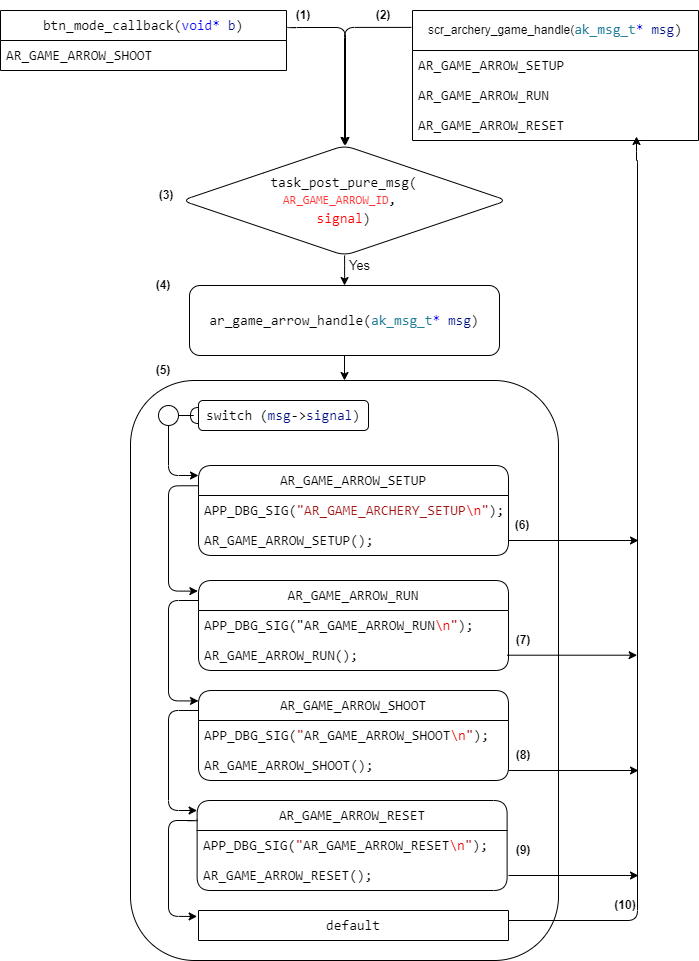
Earlier version of the draw.io export arrow_sequence-Page-2.drawio.png (QuocBuu/drawio). Source tidied: cells renumbered, new cells last; positions are measured from the earlier drawing's top-left corner, leaving out a move shared by most shapes.
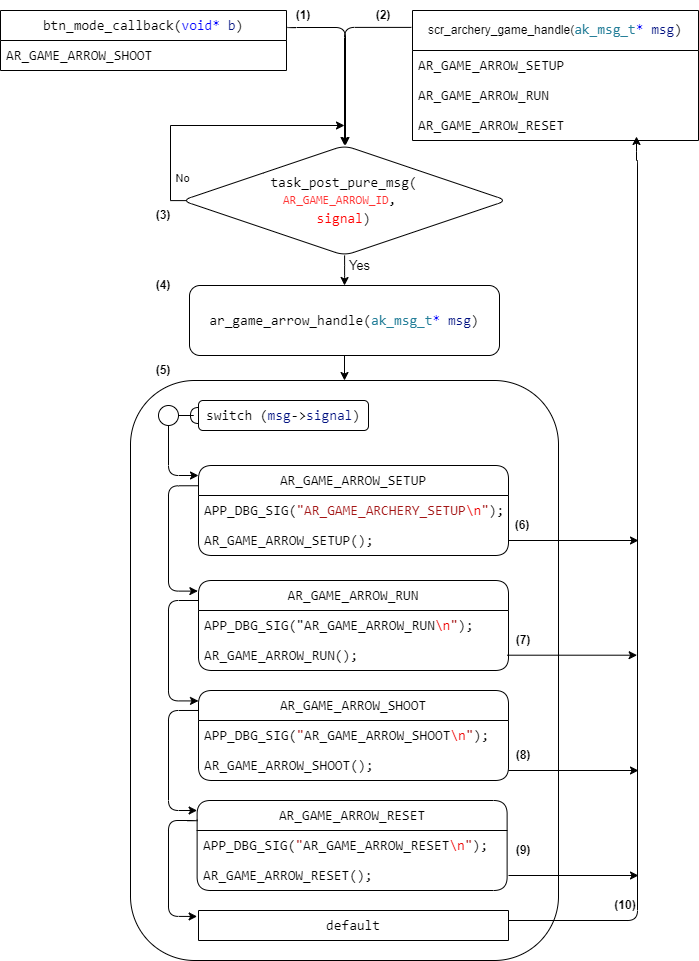
After the commit.

Diff of the diagram source:
```diff
@@ -153,6 +153,20 @@
         <mxPoint x="638" y="540" as="targetPoint" />
       </mxGeometry>
     </mxCell>
+    <mxCell id="52" style="edgeStyle=orthogonalEdgeStyle;rounded=0;jettySize=auto;html=1;exitX=0.013;exitY=0.501;exitDx=0;exitDy=0;exitPerimeter=0;" parent="1" edge="1" source="34">
+      <mxGeometry relative="1" as="geometry">
+        <mxPoint x="344" y="125" as="targetPoint" />
+        <Array as="points">
+          <mxPoint x="170" y="200" />
+          <mxPoint x="170" y="125" />
+        </Array>
+      </mxGeometry>
+    </mxCell>
+    <mxCell id="53" value="No" style="edgeLabel;html=1;align=center;verticalAlign=middle;" parent="52" vertex="1">
+      <mxGeometry x="-0.71" y="1" relative="1" as="geometry">
+        <mxPoint x="12" as="offset" />
+      </mxGeometry>
+    </mxCell>
     <mxCell id="34" value="&lt;div style=&quot;background-color: rgb(255, 255, 255); font-family: Consolas, &amp;quot;Courier New&amp;quot;, monospace; font-size: 14px; line-height: 19px;&quot;&gt;task_post_pure_msg(&lt;/div&gt;&lt;font face=&quot;Consolas, Courier New, monospace&quot; color=&quot;#ff3333&quot;&gt;AR_GAME_ARROW_ID&lt;/font&gt;&lt;span style=&quot;background-color: rgb(255, 255, 255); font-family: Consolas, &amp;quot;Courier New&amp;quot;, monospace; font-size: 14px;&quot;&gt;,&amp;nbsp;&lt;/span&gt;&lt;font face=&quot;Consolas, Courier New, monospace&quot; color=&quot;#ff3333&quot;&gt;&lt;br&gt;&lt;/font&gt;&lt;div style=&quot;background-color: rgb(255, 255, 255); font-family: Consolas, &amp;quot;Courier New&amp;quot;, monospace; font-size: 14px; line-height: 19px;&quot;&gt;&lt;font color=&quot;#ff0000&quot;&gt;signal&lt;/font&gt;)&lt;/div&gt;" style="rhombus;whiteSpace=wrap;html=1;rounded=1;" parent="1" vertex="1">
       <mxGeometry x="181.4" y="145" width="325.2" height="110" as="geometry" />
     </mxCell>
@@ -163,7 +177,7 @@
       <mxGeometry x="368" width="30" height="30" as="geometry" />
     </mxCell>
     <mxCell id="37" value="&lt;b&gt;(3)&lt;/b&gt;" style="text;html=1;strokeColor=none;fillColor=none;align=center;verticalAlign=middle;whiteSpace=wrap;rounded=0;" parent="1" vertex="1">
-      <mxGeometry x="151.4" y="180" width="30" height="30" as="geometry" />
+      <mxGeometry x="148" y="200" width="30" height="30" as="geometry" />
     </mxCell>
     <mxCell id="38" value="&lt;b&gt;(6)&lt;/b&gt;" style="text;html=1;strokeColor=none;fillColor=none;align=center;verticalAlign=middle;whiteSpace=wrap;rounded=0;" parent="1" vertex="1">
       <mxGeometry x="506.6" y="510" width="30" height="30" as="geometry" />
```
